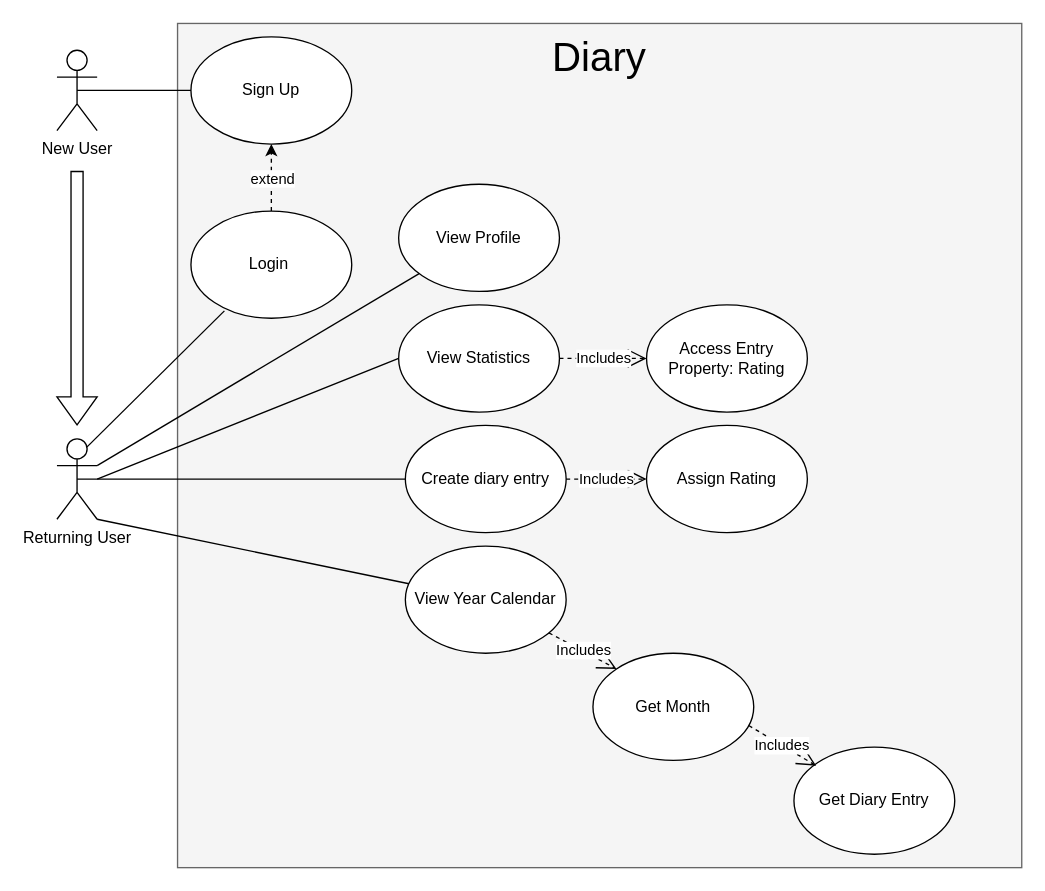
Before: UseCase.drawio in myDiarycp/backend, a draw.io diagram. Source tidied: cells renumbered, new cells numbered last; positions are measured from the earlier drawing's top-left corner, leaving out a move shared by most shapes. Both pictures are drawn from the tidied source at 134%, with x=0, y=0 at pixel (56, 23).
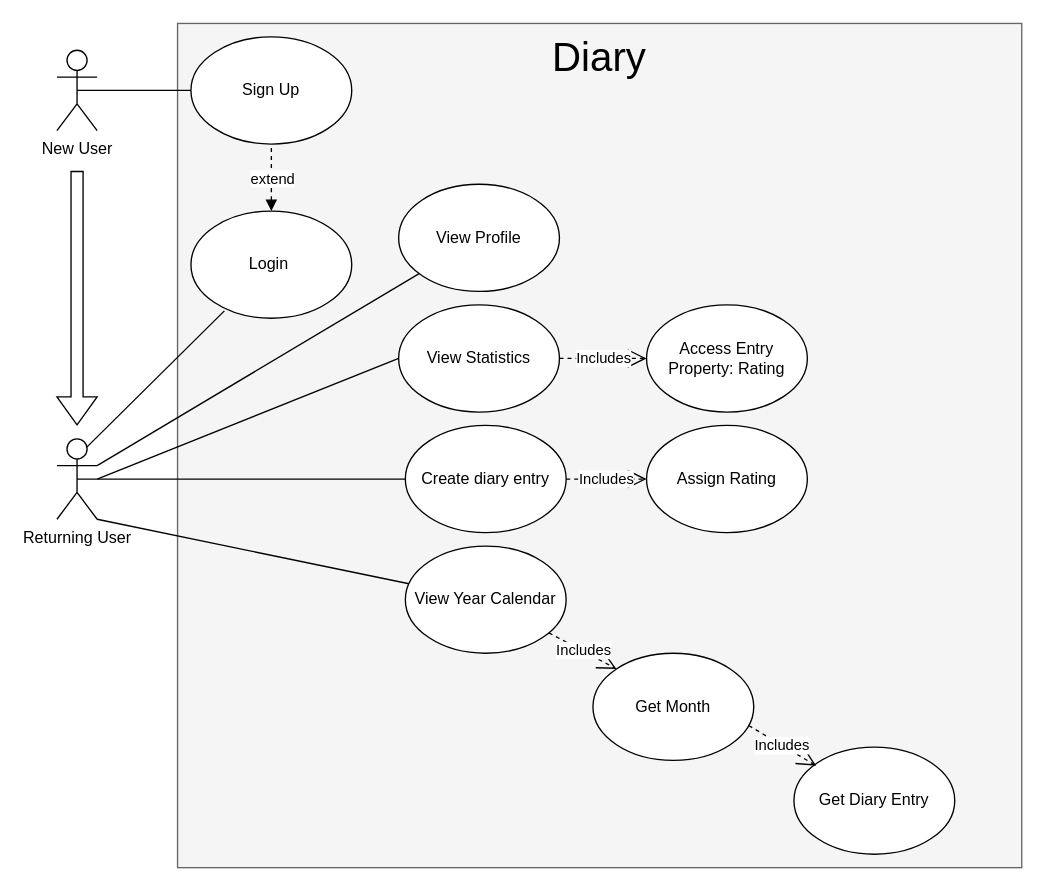
Above is the later version.

Unchanged cells that the change refers to:
```xml
<mxCell id="3" value="Login&amp;nbsp;" style="ellipse;whiteSpace=wrap;html=1;" parent="1" vertex="1">
  <mxGeometry x="100" y="140" width="120" height="80" as="geometry" />
</mxCell>
<mxCell id="9" value="Sign Up" style="ellipse;whiteSpace=wrap;html=1;" parent="1" vertex="1">
  <mxGeometry x="100" y="10" width="120" height="80" as="geometry" />
</mxCell>
```

Diff of the diagram source:
```diff
@@
-    <mxCell id="27" style="endArrow=classic;html=1;rounded=0;dashed=1;exitX=0.5;exitY=0;exitDx=0;exitDy=0;entryX=0.5;entryY=1;entryDx=0;entryDy=0;" parent="1" edge="1" source="3" target="9">
+    <mxCell id="27" style="endArrow=none;html=1;rounded=0;dashed=1;exitX=0.5;exitY=0;exitDx=0;exitDy=0;entryX=0.5;entryY=1;entryDx=0;entryDy=0;startArrow=block;startFill=1;endFill=0;" parent="1" edge="1" source="3" target="9">
       <mxGeometry relative="1" as="geometry" />
     </mxCell>
```
